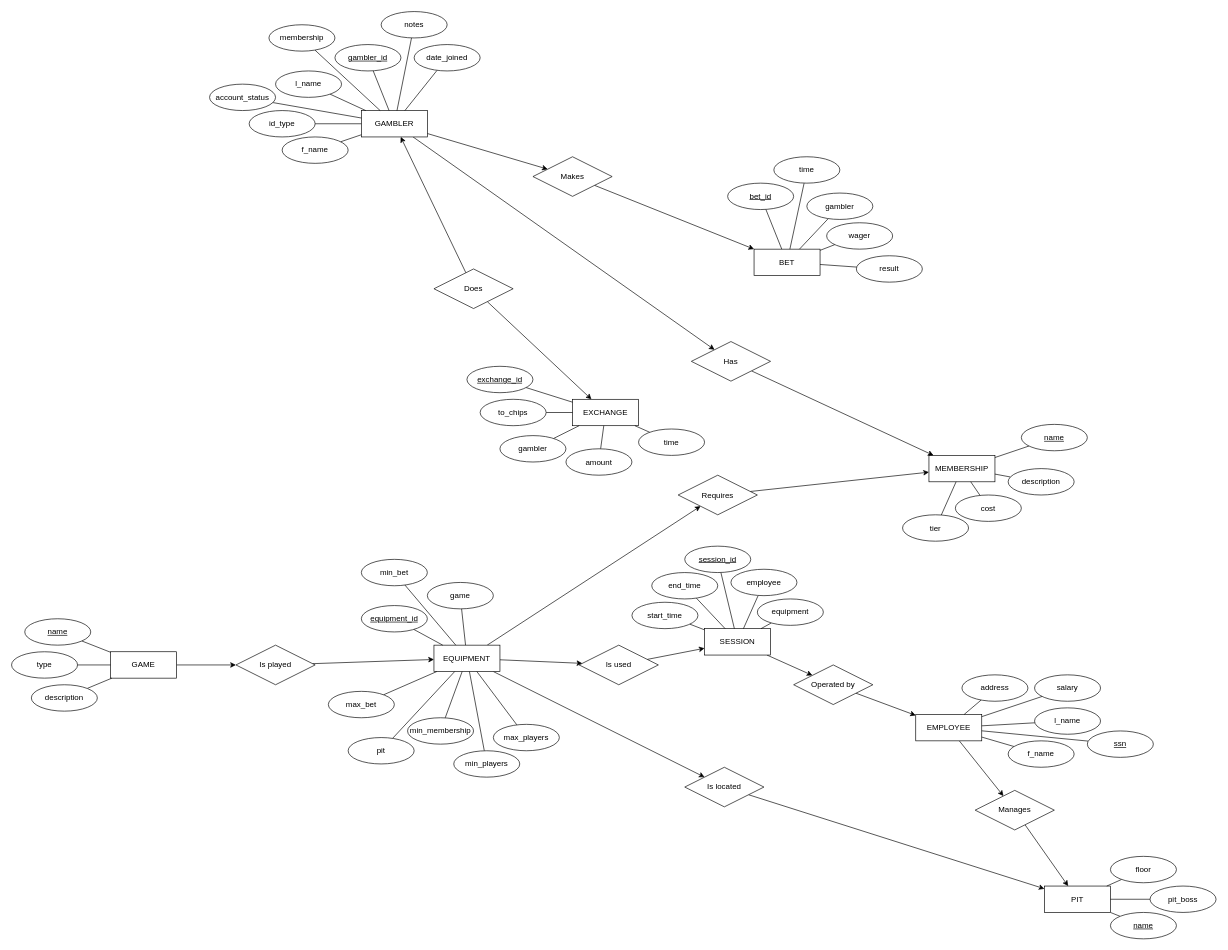
This is docs/CasinoDB_ERD.drawio from drussillo/CasinoDB, a draw.io file, before an edit. Source tidied: cells renumbered, new cells numbered last; positions are measured from the earlier drawing's top-left corner, leaving out a move shared by most shapes. Both pictures are drawn from the tidied source at 66%, with x=0, y=0 at pixel (11, 11).
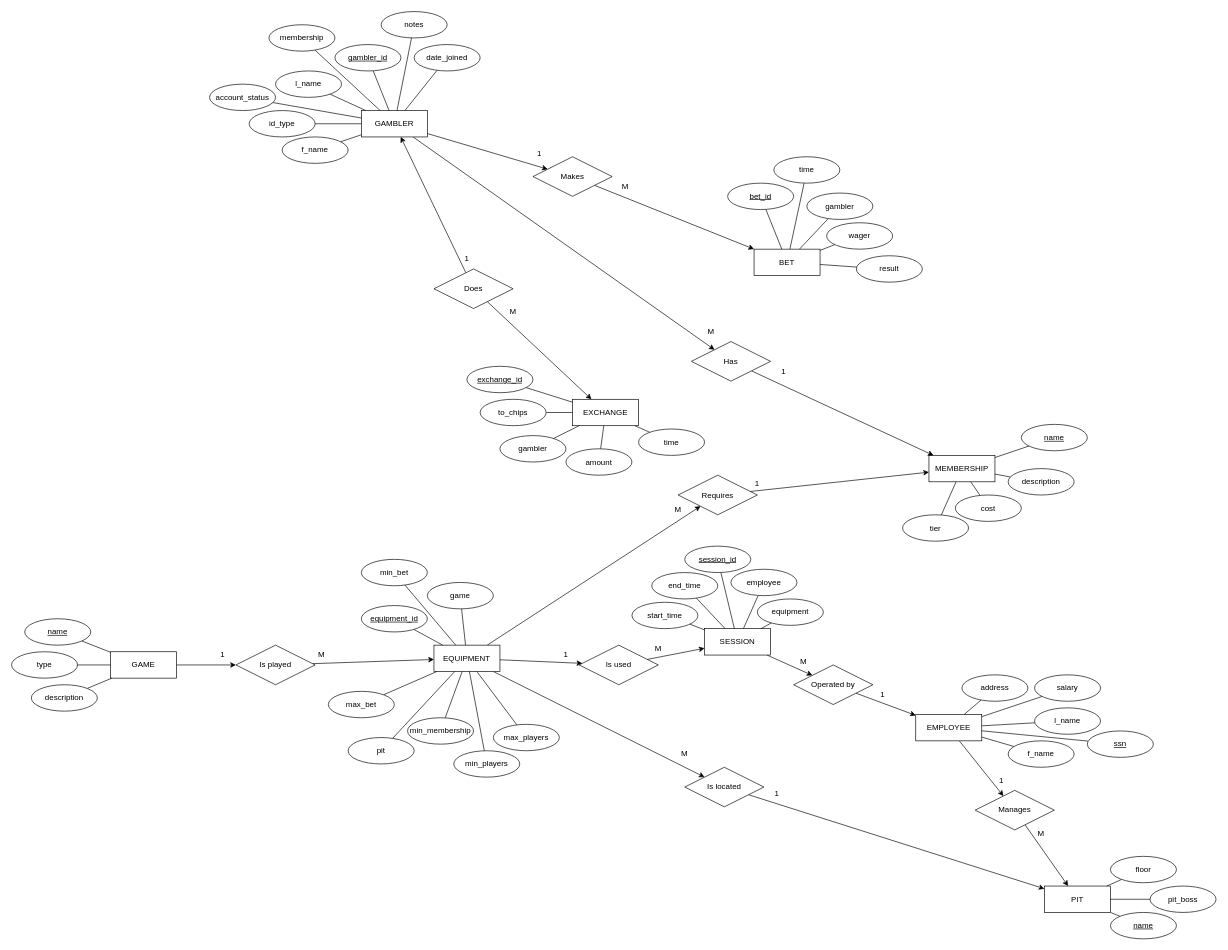
After the change.

Commit message:
Added quantities to ERD

What changed in the source:
```diff
@@
+    <mxCell id="130" value="1" style="text;html=1;whiteSpace=wrap;strokeColor=none;fillColor=none;align=center;verticalAlign=middle;rounded=0;" parent="1" vertex="1">
+      <mxGeometry x="770" y="200" width="60" height="30" as="geometry" />
+    </mxCell>
+    <mxCell id="131" value="M" style="text;html=1;whiteSpace=wrap;strokeColor=none;fillColor=none;align=center;verticalAlign=middle;rounded=0;" parent="1" vertex="1">
+      <mxGeometry x="900" y="250" width="60" height="30" as="geometry" />
+    </mxCell>
+    <mxCell id="132" value="1" style="text;html=1;whiteSpace=wrap;strokeColor=none;fillColor=none;align=center;verticalAlign=middle;rounded=0;" parent="1" vertex="1">
+      <mxGeometry x="660" y="360" width="60" height="30" as="geometry" />
+    </mxCell>
+    <mxCell id="133" value="M" style="text;html=1;whiteSpace=wrap;strokeColor=none;fillColor=none;align=center;verticalAlign=middle;rounded=0;" parent="1" vertex="1">
+      <mxGeometry x="730" y="440" width="60" height="30" as="geometry" />
+    </mxCell>
+    <mxCell id="134" value="M" style="text;html=1;whiteSpace=wrap;strokeColor=none;fillColor=none;align=center;verticalAlign=middle;rounded=0;" parent="1" vertex="1">
+      <mxGeometry x="1030" y="470" width="60" height="30" as="geometry" />
+    </mxCell>
+    <mxCell id="135" value="1" style="text;html=1;whiteSpace=wrap;strokeColor=none;fillColor=none;align=center;verticalAlign=middle;rounded=0;" parent="1" vertex="1">
+      <mxGeometry x="1140" y="530" width="60" height="30" as="geometry" />
+    </mxCell>
+    <mxCell id="136" value="M" style="text;html=1;whiteSpace=wrap;strokeColor=none;fillColor=none;align=center;verticalAlign=middle;rounded=0;" parent="1" vertex="1">
+      <mxGeometry x="980" y="740" width="60" height="30" as="geometry" />
+    </mxCell>
+    <mxCell id="137" value="1" style="text;html=1;whiteSpace=wrap;strokeColor=none;fillColor=none;align=center;verticalAlign=middle;rounded=0;" parent="1" vertex="1">
+      <mxGeometry x="1100" y="700" width="60" height="30" as="geometry" />
+    </mxCell>
+    <mxCell id="138" value="M" style="text;html=1;whiteSpace=wrap;strokeColor=none;fillColor=none;align=center;verticalAlign=middle;rounded=0;" parent="1" vertex="1">
+      <mxGeometry x="990" y="1110" width="60" height="30" as="geometry" />
+    </mxCell>
+    <mxCell id="139" value="1" style="text;html=1;whiteSpace=wrap;strokeColor=none;fillColor=none;align=center;verticalAlign=middle;rounded=0;" parent="1" vertex="1">
+      <mxGeometry x="1130" y="1170" width="60" height="30" as="geometry" />
+    </mxCell>
+    <mxCell id="140" value="1" style="text;html=1;whiteSpace=wrap;strokeColor=none;fillColor=none;align=center;verticalAlign=middle;rounded=0;" parent="1" vertex="1">
+      <mxGeometry x="290" y="960" width="60" height="30" as="geometry" />
+    </mxCell>
+    <mxCell id="141" value="M" style="text;html=1;whiteSpace=wrap;strokeColor=none;fillColor=none;align=center;verticalAlign=middle;rounded=0;" parent="1" vertex="1">
+      <mxGeometry x="440" y="960" width="60" height="30" as="geometry" />
+    </mxCell>
+    <mxCell id="142" value="1" style="text;html=1;whiteSpace=wrap;strokeColor=none;fillColor=none;align=center;verticalAlign=middle;rounded=0;" parent="1" vertex="1">
+      <mxGeometry x="1470" y="1150" width="60" height="30" as="geometry" />
+    </mxCell>
+    <mxCell id="143" value="M" style="text;html=1;whiteSpace=wrap;strokeColor=none;fillColor=none;align=center;verticalAlign=middle;rounded=0;" parent="1" vertex="1">
+      <mxGeometry x="1530" y="1230" width="60" height="30" as="geometry" />
+    </mxCell>
+    <mxCell id="144" value="M" style="text;html=1;whiteSpace=wrap;strokeColor=none;fillColor=none;align=center;verticalAlign=middle;rounded=0;" parent="1" vertex="1">
+      <mxGeometry x="1170" y="970" width="60" height="30" as="geometry" />
+    </mxCell>
+    <mxCell id="145" value="1" style="text;html=1;whiteSpace=wrap;strokeColor=none;fillColor=none;align=center;verticalAlign=middle;rounded=0;" parent="1" vertex="1">
+      <mxGeometry x="1290" y="1020" width="60" height="30" as="geometry" />
+    </mxCell>
+    <mxCell id="146" value="1" style="text;html=1;whiteSpace=wrap;strokeColor=none;fillColor=none;align=center;verticalAlign=middle;rounded=0;" parent="1" vertex="1">
+      <mxGeometry x="810" y="960" width="60" height="30" as="geometry" />
+    </mxCell>
+    <mxCell id="147" value="M" style="text;html=1;whiteSpace=wrap;strokeColor=none;fillColor=none;align=center;verticalAlign=middle;rounded=0;" parent="1" vertex="1">
+      <mxGeometry x="950" y="950" width="60" height="30" as="geometry" />
+    </mxCell>
```
